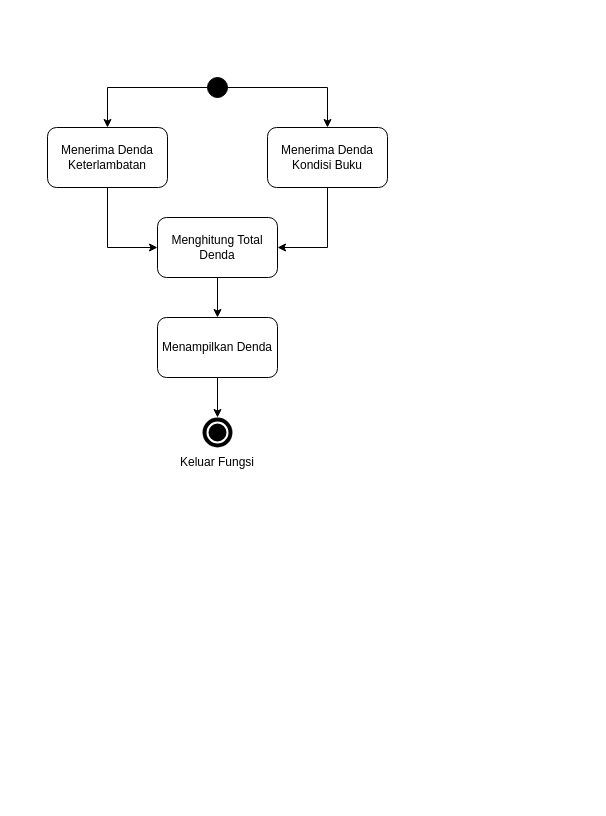
Above: Melihat Denda.drawio in falihdzakwanz/drpl (draw.io), before the change. Source tidied: cells renumbered, new cells numbered last; positions are measured from the earlier drawing's top-left corner, leaving out a move shared by most shapes. Both pictures are drawn from the tidied source at 100%, with x=0, y=0 at pixel (47, 77).
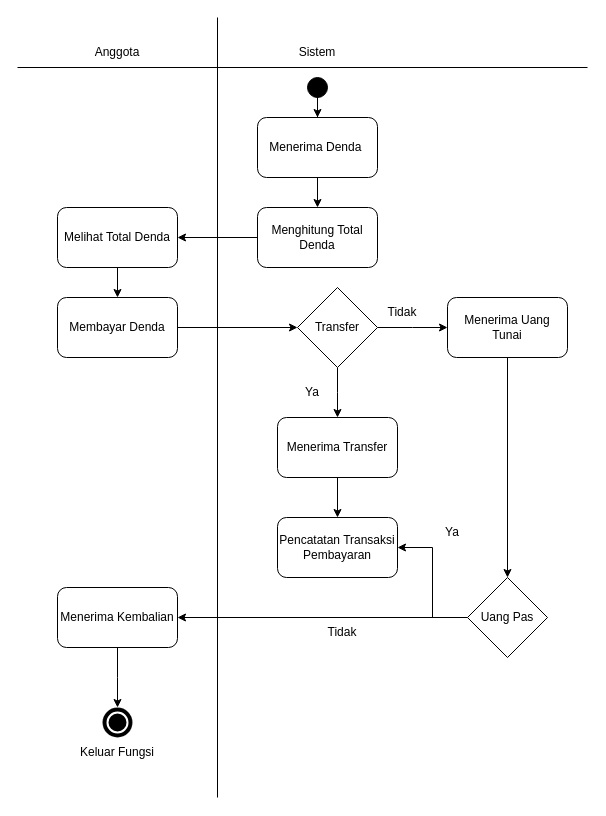
Above is the later version.

The change refers to these unchanged cells:
```xml
<mxCell id="15" style="ellipse;whiteSpace=wrap;html=1;fillColor=#000000;shadow=0;strokeColor=#ffffff;strokeWidth=0;" parent="14" vertex="1">
  <mxGeometry width="30" height="30" as="geometry" />
</mxCell>
```

The edit, as a diff of the source:
```diff
@@
+    <mxCell id="8" style="edgeStyle=orthogonalEdgeStyle;rounded=0;jettySize=auto;html=1;entryX=0.5;entryY=0;entryDx=0;entryDy=0;" parent="1" edge="1" source="2" target="6">
+      <mxGeometry relative="1" as="geometry" />
+    </mxCell>
     <mxCell id="2" style="ellipse;whiteSpace=wrap;html=1;fillColor=#000000;" parent="1" vertex="1">
-      <mxGeometry x="160" width="20" height="20" as="geometry" />
+      <mxGeometry x="260" width="20" height="20" as="geometry" />
     </mxCell>
-    <mxCell id="3" style="edgeStyle=orthogonalEdgeStyle;rounded=0;jettySize=auto;html=1;entryX=0;entryY=0.5;entryDx=0;entryDy=0;" parent="1" edge="1" source="4" target="10">
-      <mxGeometry relative="1" as="geometry" />
-    </mxCell>
-    <mxCell id="4" value="Menerima Denda Keterlambatan" style="rounded=1;whiteSpace=wrap;html=1;" parent="1" vertex="1">
-      <mxGeometry y="50" width="120" height="60" as="geometry" />
-    </mxCell>
-    <mxCell id="5" style="edgeStyle=orthogonalEdgeStyle;rounded=0;jettySize=auto;html=1;entryX=1;entryY=0.5;entryDx=0;entryDy=0;" parent="1" edge="1" source="6" target="10">
+    <mxCell id="5" style="edgeStyle=orthogonalEdgeStyle;rounded=0;jettySize=auto;html=1;entryX=0.5;entryY=0;entryDx=0;entryDy=0;" parent="1" edge="1" source="6" target="10">
       <mxGeometry relative="1" as="geometry" />
     </mxCell>
-    <mxCell id="6" value="Menerima Denda Kondisi Buku" style="rounded=1;whiteSpace=wrap;html=1;" parent="1" vertex="1">
-      <mxGeometry x="220" y="50" width="120" height="60" as="geometry" />
+    <mxCell id="6" value="Menerima Denda&amp;nbsp;" style="rounded=1;whiteSpace=wrap;html=1;" parent="1" vertex="1">
+      <mxGeometry x="210" y="40" width="120" height="60" as="geometry" />
     </mxCell>
-    <mxCell id="7" style="edgeStyle=orthogonalEdgeStyle;rounded=0;jettySize=auto;html=1;" parent="1" edge="1" source="2">
-      <mxGeometry relative="1" as="geometry">
-        <mxPoint x="60" y="50" as="targetPoint" />
-        <Array as="points">
-          <mxPoint x="60" y="10" />
-          <mxPoint x="60" y="47" />
-        </Array>
-      </mxGeometry>
-    </mxCell>
-    <mxCell id="8" style="edgeStyle=orthogonalEdgeStyle;rounded=0;jettySize=auto;html=1;entryX=0.5;entryY=0;entryDx=0;entryDy=0;" parent="1" edge="1" source="2" target="6">
-      <mxGeometry relative="1" as="geometry">
-        <Array as="points">
-          <mxPoint x="280" y="10" />
-        </Array>
-      </mxGeometry>
-    </mxCell>
-    <mxCell id="9" style="edgeStyle=orthogonalEdgeStyle;rounded=0;jettySize=auto;html=1;entryX=0.5;entryY=0;entryDx=0;entryDy=0;" parent="1" edge="1" source="10" target="12">
+    <mxCell id="9" style="edgeStyle=orthogonalEdgeStyle;rounded=0;jettySize=auto;html=1;" parent="1" edge="1" source="10" target="12">
       <mxGeometry relative="1" as="geometry" />
     </mxCell>
     <mxCell id="10" value="Menghitung Total Denda" style="rounded=1;whiteSpace=wrap;html=1;" parent="1" vertex="1">
-      <mxGeometry x="110" y="140" width="120" height="60" as="geometry" />
+      <mxGeometry x="210" y="130" width="120" height="60" as="geometry" />
     </mxCell>
-    <mxCell id="11" style="edgeStyle=orthogonalEdgeStyle;rounded=0;jettySize=auto;html=1;entryX=0.5;entryY=0;entryDx=0;entryDy=0;" parent="1" edge="1" source="12" target="15">
-      <mxGeometry relative="1" as="geometry" />
-    </mxCell>
+    <mxCell id="18" style="edgeStyle=orthogonalEdgeStyle;rounded=0;jettySize=auto;html=1;" parent="1" edge="1" source="12" target="23">
+      <mxGeometry relative="1" as="geometry" />
+    </mxCell>
-    <mxCell id="12" value="Menampilkan Denda" style="rounded=1;whiteSpace=wrap;html=1;" parent="1" vertex="1">
-      <mxGeometry x="110" y="240" width="120" height="60" as="geometry" />
+    <mxCell id="12" value="Melihat Total Denda" style="rounded=1;whiteSpace=wrap;html=1;" parent="1" vertex="1">
+      <mxGeometry x="10" y="130" width="120" height="60" as="geometry" />
     </mxCell>
     <mxCell id="13" style="group;" parent="1" vertex="1">
-      <mxGeometry x="130" y="340" width="80" height="60" as="geometry" />
+      <mxGeometry x="30" y="630" width="80" height="60" as="geometry" />
     </mxCell>
@@
+    <mxCell id="19" value="Anggota" style="text;html=1;align=center;verticalAlign=middle;whiteSpace=wrap;rounded=0;" parent="1" vertex="1">
+      <mxGeometry x="40" y="-40" width="60" height="30" as="geometry" />
+    </mxCell>
+    <mxCell id="20" value="Sistem" style="text;html=1;align=center;verticalAlign=middle;whiteSpace=wrap;rounded=0;" parent="1" vertex="1">
+      <mxGeometry x="240" y="-40" width="60" height="30" as="geometry" />
+    </mxCell>
+    <mxCell id="21" style="endArrow=none;html=1;rounded=0;" parent="1" edge="1">
+      <mxGeometry relative="1" as="geometry">
+        <mxPoint x="170" y="720" as="sourcePoint" />
+        <mxPoint x="170" y="-60" as="targetPoint" />
+      </mxGeometry>
+    </mxCell>
+    <mxCell id="22" style="edgeStyle=orthogonalEdgeStyle;rounded=0;jettySize=auto;html=1;entryX=0;entryY=0.5;entryDx=0;entryDy=0;" parent="1" edge="1" source="23" target="26">
+      <mxGeometry relative="1" as="geometry" />
+    </mxCell>
+    <mxCell id="23" value="Membayar Denda" style="rounded=1;whiteSpace=wrap;html=1;" parent="1" vertex="1">
+      <mxGeometry x="10" y="220" width="120" height="60" as="geometry" />
+    </mxCell>
+    <mxCell id="24" style="edgeStyle=orthogonalEdgeStyle;rounded=0;jettySize=auto;html=1;" parent="1" edge="1" source="26">
+      <mxGeometry relative="1" as="geometry">
+        <mxPoint x="290" y="340" as="targetPoint" />
+      </mxGeometry>
+    </mxCell>
+    <mxCell id="25" style="edgeStyle=orthogonalEdgeStyle;rounded=0;jettySize=auto;html=1;" parent="1" edge="1" source="26">
+      <mxGeometry relative="1" as="geometry">
+        <mxPoint x="400" y="250" as="targetPoint" />
+      </mxGeometry>
+    </mxCell>
+    <mxCell id="26" value="Transfer" style="rhombus;whiteSpace=wrap;html=1;" parent="1" vertex="1">
+      <mxGeometry x="250" y="210" width="80" height="80" as="geometry" />
+    </mxCell>
+    <mxCell id="27" style="edgeStyle=orthogonalEdgeStyle;rounded=0;jettySize=auto;html=1;" parent="1" edge="1" source="28" target="32">
+      <mxGeometry relative="1" as="geometry" />
+    </mxCell>
+    <mxCell id="28" value="Menerima Transfer" style="rounded=1;whiteSpace=wrap;html=1;" parent="1" vertex="1">
+      <mxGeometry x="230" y="340" width="120" height="60" as="geometry" />
+    </mxCell>
+    <mxCell id="29" style="edgeStyle=orthogonalEdgeStyle;rounded=0;jettySize=auto;html=1;entryX=0.5;entryY=0;entryDx=0;entryDy=0;" parent="1" edge="1" source="30" target="36">
+      <mxGeometry relative="1" as="geometry" />
+    </mxCell>
+    <mxCell id="30" value="Menerima Uang Tunai" style="rounded=1;whiteSpace=wrap;html=1;" parent="1" vertex="1">
+      <mxGeometry x="400" y="220" width="120" height="60" as="geometry" />
+    </mxCell>
+    <mxCell id="31" value="Ya" style="text;html=1;align=center;verticalAlign=middle;whiteSpace=wrap;rounded=0;" parent="1" vertex="1">
+      <mxGeometry x="220" y="300" width="90" height="30" as="geometry" />
+    </mxCell>
+    <mxCell id="32" value="Pencatatan Transaksi Pembayaran" style="rounded=1;whiteSpace=wrap;html=1;" parent="1" vertex="1">
+      <mxGeometry x="230" y="440" width="120" height="60" as="geometry" />
+    </mxCell>
+    <mxCell id="33" value="Tidak" style="text;html=1;align=center;verticalAlign=middle;whiteSpace=wrap;rounded=0;" parent="1" vertex="1">
+      <mxGeometry x="310" y="220" width="90" height="30" as="geometry" />
+    </mxCell>
+    <mxCell id="34" style="edgeStyle=orthogonalEdgeStyle;rounded=0;jettySize=auto;html=1;entryX=1;entryY=0.5;entryDx=0;entryDy=0;exitX=0;exitY=0.5;exitDx=0;exitDy=0;" parent="1" edge="1" source="36" target="32">
+      <mxGeometry relative="1" as="geometry" />
+    </mxCell>
+    <mxCell id="35" style="edgeStyle=orthogonalEdgeStyle;rounded=0;jettySize=auto;html=1;entryX=1;entryY=0.5;entryDx=0;entryDy=0;" parent="1" edge="1" source="36" target="39">
+      <mxGeometry relative="1" as="geometry" />
+    </mxCell>
+    <mxCell id="36" value="Uang Pas" style="rhombus;whiteSpace=wrap;html=1;" parent="1" vertex="1">
+      <mxGeometry x="420" y="500" width="80" height="80" as="geometry" />
+    </mxCell>
+    <mxCell id="37" value="Ya" style="text;html=1;align=center;verticalAlign=middle;whiteSpace=wrap;rounded=0;" parent="1" vertex="1">
+      <mxGeometry x="360" y="440" width="90" height="30" as="geometry" />
+    </mxCell>
+    <mxCell id="38" style="edgeStyle=orthogonalEdgeStyle;rounded=0;jettySize=auto;html=1;" parent="1" edge="1" source="39">
+      <mxGeometry relative="1" as="geometry">
+        <mxPoint x="70" y="630" as="targetPoint" />
+      </mxGeometry>
+    </mxCell>
+    <mxCell id="39" value="Menerima Kembalian" style="rounded=1;whiteSpace=wrap;html=1;" parent="1" vertex="1">
+      <mxGeometry x="10" y="510" width="120" height="60" as="geometry" />
+    </mxCell>
+    <mxCell id="40" value="Tidak" style="text;html=1;align=center;verticalAlign=middle;whiteSpace=wrap;rounded=0;" parent="1" vertex="1">
+      <mxGeometry x="250" y="540" width="90" height="30" as="geometry" />
+    </mxCell>
+    <mxCell id="41" style="endArrow=none;html=1;rounded=0;" parent="1" edge="1">
+      <mxGeometry relative="1" as="geometry">
+        <mxPoint x="-30" y="-10" as="sourcePoint" />
+        <mxPoint x="540" y="-10" as="targetPoint" />
+      </mxGeometry>
+    </mxCell>
```
